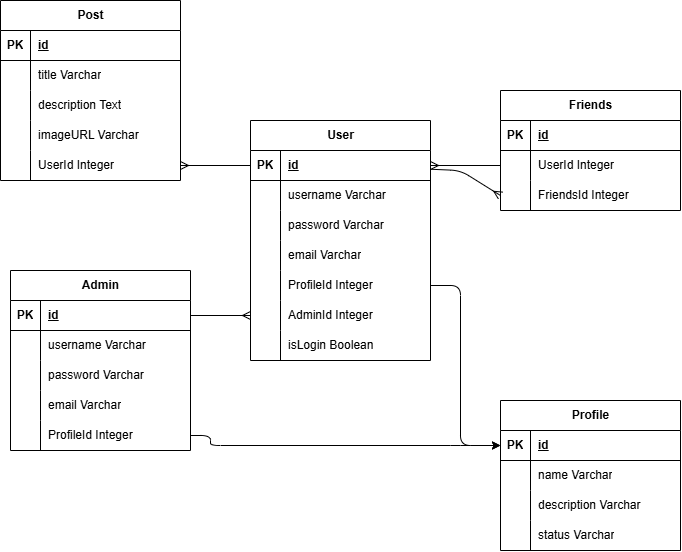
Before: erd.drawio.png, a diagram exported from draw.io (ElshadRyan/Pair-Project). Source tidied: cells renumbered, new cells last; positions are measured from the earlier drawing's top-left corner, leaving out a move shared by most shapes.
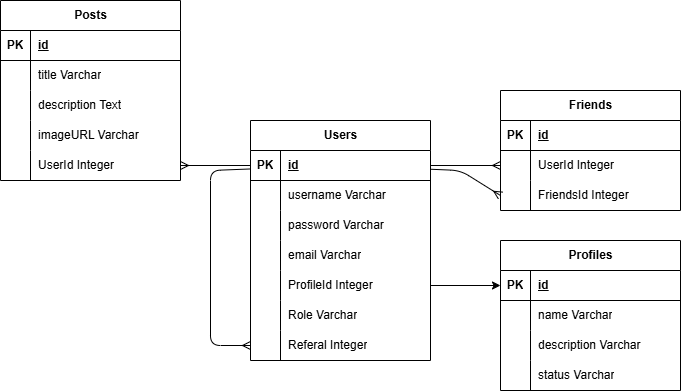
The same diagram one commit later.

What changed in the source:
```diff
@@ -2,74 +2,16 @@
   <root>
     <mxCell id="0" />
     <mxCell id="1" parent="0" />
-    <mxCell id="2" value="User" style="shape=table;startSize=30;rowLines=0;fontStyle=1;align=center;html=1;" parent="1" vertex="1">
-      <mxGeometry x="250" y="120" width="180" height="240" as="geometry" />
-    </mxCell>
-    <mxCell id="3" style="shape=tableRow;horizontal=0;startSize=0;swimlaneHead=0;swimlaneBody=0;fillColor=none;points=[[0,0.5],[1,0.5]];portConstraint=eastwest;top=0;left=0;right=0;bottom=1;" parent="2" vertex="1">
-      <mxGeometry y="30" width="180" height="30" as="geometry" />
-    </mxCell>
-    <mxCell id="4" value="PK" style="shape=partialRectangle;fillColor=none;top=0;left=0;bottom=0;right=0;fontStyle=1;overflow=hidden;whiteSpace=wrap;html=1;" parent="3" vertex="1">
-      <mxGeometry width="30" height="30" as="geometry" />
-    </mxCell>
-    <mxCell id="5" value="id" style="shape=partialRectangle;fillColor=none;top=0;left=0;bottom=0;right=0;align=left;spacingLeft=6;fontStyle=5;overflow=hidden;whiteSpace=wrap;html=1;" parent="3" vertex="1">
-      <mxGeometry x="30" width="150" height="30" as="geometry" />
-    </mxCell>
-    <mxCell id="6" style="shape=tableRow;horizontal=0;startSize=0;swimlaneHead=0;swimlaneBody=0;fillColor=none;top=0;left=0;right=0;bottom=0;" parent="2" vertex="1">
-      <mxGeometry y="60" width="180" height="30" as="geometry" />
-    </mxCell>
-    <mxCell id="7" style="shape=partialRectangle;fillColor=none;top=0;left=0;bottom=0;right=0;overflow=hidden;whiteSpace=wrap;html=1;" parent="6" vertex="1">
-      <mxGeometry width="30" height="30" as="geometry" />
-    </mxCell>
-    <mxCell id="8" value="username Varchar" style="shape=partialRectangle;fillColor=none;top=0;left=0;bottom=0;right=0;align=left;spacingLeft=6;overflow=hidden;whiteSpace=wrap;html=1;" parent="6" vertex="1">
-      <mxGeometry x="30" width="150" height="30" as="geometry" />
-    </mxCell>
-    <mxCell id="9" style="shape=tableRow;horizontal=0;startSize=0;swimlaneHead=0;swimlaneBody=0;fillColor=none;top=0;left=0;right=0;bottom=0;" parent="2" vertex="1">
-      <mxGeometry y="90" width="180" height="30" as="geometry" />
-    </mxCell>
-    <mxCell id="10" style="shape=partialRectangle;fillColor=none;top=0;left=0;bottom=0;right=0;overflow=hidden;whiteSpace=wrap;html=1;" parent="9" vertex="1">
-      <mxGeometry width="30" height="30" as="geometry" />
-    </mxCell>
-    <mxCell id="11" value="password Varchar" style="shape=partialRectangle;fillColor=none;top=0;left=0;bottom=0;right=0;align=left;spacingLeft=6;overflow=hidden;whiteSpace=wrap;html=1;" parent="9" vertex="1">
-      <mxGeometry x="30" width="150" height="30" as="geometry" />
-    </mxCell>
-    <mxCell id="12" style="shape=tableRow;horizontal=0;startSize=0;swimlaneHead=0;swimlaneBody=0;fillColor=none;top=0;left=0;right=0;bottom=0;" parent="2" vertex="1">
-      <mxGeometry y="120" width="180" height="30" as="geometry" />
-    </mxCell>
-    <mxCell id="13" style="shape=partialRectangle;fillColor=none;top=0;left=0;bottom=0;right=0;overflow=hidden;whiteSpace=wrap;html=1;" parent="12" vertex="1">
-      <mxGeometry width="30" height="30" as="geometry" />
-    </mxCell>
-    <mxCell id="14" value="email Varchar" style="shape=partialRectangle;fillColor=none;top=0;left=0;bottom=0;right=0;align=left;spacingLeft=6;overflow=hidden;whiteSpace=wrap;html=1;" parent="12" vertex="1">
-      <mxGeometry x="30" width="150" height="30" as="geometry" />
-    </mxCell>
-    <mxCell id="15" style="shape=tableRow;horizontal=0;startSize=0;swimlaneHead=0;swimlaneBody=0;fillColor=none;points=[[0,0.5],[1,0.5]];portConstraint=eastwest;top=0;left=0;right=0;bottom=0;" parent="2" vertex="1">
-      <mxGeometry y="150" width="180" height="30" as="geometry" />
-    </mxCell>
-    <mxCell id="16" style="shape=partialRectangle;fillColor=none;top=0;left=0;bottom=0;right=0;overflow=hidden;whiteSpace=wrap;html=1;" parent="15" vertex="1">
-      <mxGeometry width="30" height="30" as="geometry" />
-    </mxCell>
-    <mxCell id="17" value="ProfileId Integer" style="shape=partialRectangle;fillColor=none;top=0;left=0;bottom=0;right=0;align=left;spacingLeft=6;overflow=hidden;whiteSpace=wrap;html=1;" parent="15" vertex="1">
-      <mxGeometry x="30" width="150" height="30" as="geometry" />
-    </mxCell>
-    <mxCell id="18" style="shape=tableRow;horizontal=0;startSize=0;swimlaneHead=0;swimlaneBody=0;fillColor=none;points=[[0,0.5],[1,0.5]];portConstraint=eastwest;top=0;left=0;right=0;bottom=0;" parent="2" vertex="1">
-      <mxGeometry y="180" width="180" height="30" as="geometry" />
-    </mxCell>
-    <mxCell id="19" style="shape=partialRectangle;fillColor=none;top=0;left=0;bottom=0;right=0;overflow=hidden;whiteSpace=wrap;html=1;" parent="18" vertex="1">
-      <mxGeometry width="30" height="30" as="geometry" />
-    </mxCell>
-    <mxCell id="20" value="AdminId Integer" style="shape=partialRectangle;fillColor=none;top=0;left=0;bottom=0;right=0;align=left;spacingLeft=6;overflow=hidden;whiteSpace=wrap;html=1;" parent="18" vertex="1">
-      <mxGeometry x="30" width="150" height="30" as="geometry" />
-    </mxCell>
-    <mxCell id="21" style="shape=tableRow;horizontal=0;startSize=0;swimlaneHead=0;swimlaneBody=0;fillColor=none;points=[[0,0.5],[1,0.5]];portConstraint=eastwest;top=0;left=0;right=0;bottom=0;" parent="2" vertex="1">
-      <mxGeometry y="210" width="180" height="30" as="geometry" />
-    </mxCell>
-    <mxCell id="22" style="shape=partialRectangle;fillColor=none;top=0;left=0;bottom=0;right=0;overflow=hidden;whiteSpace=wrap;html=1;" parent="21" vertex="1">
-      <mxGeometry width="30" height="30" as="geometry" />
-    </mxCell>
-    <mxCell id="23" value="isLogin Boolean" style="shape=partialRectangle;fillColor=none;top=0;left=0;bottom=0;right=0;align=left;spacingLeft=6;overflow=hidden;whiteSpace=wrap;html=1;" parent="21" vertex="1">
-      <mxGeometry x="30" width="150" height="30" as="geometry" />
-    </mxCell>
+    <mxCell id="85" style="edgeStyle=none;html=1;entryX=0;entryY=0.5;entryDx=0;entryDy=0;endArrow=ERmany;endFill=0;" parent="1" edge="1" source="68" target="21">
+      <mxGeometry relative="1" as="geometry">
+        <Array as="points">
+          <mxPoint x="220" y="250" />
+          <mxPoint x="220" y="425" />
+        </Array>
+      </mxGeometry>
+    </mxCell>
-    <mxCell id="24" value="Post" style="shape=table;startSize=30;rowLines=0;fontStyle=1;align=center;html=1;" parent="1" vertex="1">
-      <mxGeometry width="180" height="180" as="geometry" />
+    <mxCell id="24" value="Posts" style="shape=table;startSize=30;rowLines=0;fontStyle=1;align=center;html=1;" parent="1" vertex="1">
+      <mxGeometry x="10" y="80" width="180" height="180" as="geometry" />
     </mxCell>
     <mxCell id="25" style="shape=tableRow;horizontal=0;startSize=0;swimlaneHead=0;swimlaneBody=0;fillColor=none;top=0;left=0;right=0;bottom=1;" parent="24" vertex="1">
       <mxGeometry y="30" width="180" height="30" as="geometry" />
@@ -117,7 +59,7 @@
       <mxGeometry x="30" width="150" height="30" as="geometry" />
     </mxCell>
     <mxCell id="40" value="Friends" style="shape=table;startSize=30;rowLines=0;fontStyle=1;align=center;html=1;" parent="1" vertex="1">
-      <mxGeometry x="500" y="90" width="180" height="120" as="geometry" />
+      <mxGeometry x="510" y="170" width="180" height="120" as="geometry" />
     </mxCell>
     <mxCell id="41" style="shape=tableRow;horizontal=0;startSize=0;swimlaneHead=0;swimlaneBody=0;fillColor=none;top=0;left=0;right=0;bottom=1;" parent="40" vertex="1">
       <mxGeometry y="30" width="180" height="30" as="geometry" />
@@ -146,18 +88,16 @@
     <mxCell id="49" value="FriendsId Integer" style="shape=partialRectangle;fillColor=none;top=0;left=0;bottom=0;right=0;align=left;spacingLeft=6;overflow=hidden;whiteSpace=wrap;html=1;" parent="47" vertex="1">
       <mxGeometry x="30" width="150" height="30" as="geometry" />
     </mxCell>
-    <mxCell id="50" style="edgeStyle=none;html=1;entryX=0;entryY=0.5;entryDx=0;entryDy=0;endArrow=ERmany;endFill=0;" parent="1" edge="1" source="3" target="47">
+    <mxCell id="50" style="edgeStyle=none;html=1;entryX=0;entryY=0.5;entryDx=0;entryDy=0;endArrow=ERmany;endFill=0;" parent="1" edge="1" target="47">
       <mxGeometry relative="1" as="geometry">
+        <mxPoint x="440" y="248.7" as="sourcePoint" />
         <Array as="points">
-          <mxPoint x="460" y="170" />
+          <mxPoint x="470" y="250" />
         </Array>
       </mxGeometry>
     </mxCell>
-    <mxCell id="51" style="edgeStyle=none;html=1;entryX=1;entryY=0.5;entryDx=0;entryDy=0;endArrow=ERmany;endFill=0;" parent="1" edge="1" source="44" target="3">
-      <mxGeometry relative="1" as="geometry" />
-    </mxCell>
-    <mxCell id="52" value="Profile" style="shape=table;startSize=30;rowLines=0;fontStyle=1;align=center;html=1;" parent="1" vertex="1">
-      <mxGeometry x="500" y="400" width="180" height="150" as="geometry" />
+    <mxCell id="52" value="Profiles" style="shape=table;startSize=30;rowLines=0;fontStyle=1;align=center;html=1;" parent="1" vertex="1">
+      <mxGeometry x="510" y="320" width="180" height="150" as="geometry" />
     </mxCell>
     <mxCell id="53" style="shape=tableRow;horizontal=0;startSize=0;swimlaneHead=0;swimlaneBody=0;fillColor=none;points=[[0,0.5],[1,0.5]];portConstraint=eastwest;top=0;left=0;right=0;bottom=1;" parent="52" vertex="1">
       <mxGeometry y="30" width="180" height="30" as="geometry" />
@@ -195,19 +135,13 @@
     <mxCell id="64" value="status Varchar" style="shape=partialRectangle;fillColor=none;top=0;left=0;bottom=0;right=0;align=left;spacingLeft=6;overflow=hidden;whiteSpace=wrap;html=1;" parent="62" vertex="1">
       <mxGeometry x="30" width="150" height="30" as="geometry" />
     </mxCell>
-    <mxCell id="65" style="edgeStyle=none;html=1;entryX=1;entryY=0.5;entryDx=0;entryDy=0;endArrow=ERmany;endFill=0;" parent="1" edge="1" source="3" target="37">
-      <mxGeometry relative="1" as="geometry" />
+    <mxCell id="65" style="edgeStyle=none;html=1;entryX=1;entryY=0.5;entryDx=0;entryDy=0;endArrow=ERmany;endFill=0;" parent="1" edge="1" target="37">
+      <mxGeometry relative="1" as="geometry">
+        <mxPoint x="260" y="245" as="sourcePoint" />
+      </mxGeometry>
     </mxCell>
-    <mxCell id="66" style="edgeStyle=none;html=1;entryX=0;entryY=0.5;entryDx=0;entryDy=0;" parent="1" edge="1" source="15" target="53">
-      <mxGeometry relative="1" as="geometry">
-        <Array as="points">
-          <mxPoint x="460" y="285" />
-          <mxPoint x="460" y="445" />
-        </Array>
-      </mxGeometry>
-    </mxCell>
-    <mxCell id="67" value="Admin" style="shape=table;startSize=30;rowLines=0;fontStyle=1;align=center;html=1;" parent="1" vertex="1">
-      <mxGeometry x="10" y="270" width="180" height="180" as="geometry" />
+    <mxCell id="67" value="Users" style="shape=table;startSize=30;rowLines=0;fontStyle=1;align=center;html=1;" parent="1" vertex="1">
+      <mxGeometry x="260" y="200" width="180" height="240" as="geometry" />
     </mxCell>
     <mxCell id="68" style="shape=tableRow;horizontal=0;startSize=0;swimlaneHead=0;swimlaneBody=0;fillColor=none;points=[[0,0.5],[1,0.5]];portConstraint=eastwest;top=0;left=0;right=0;bottom=1;" parent="67" vertex="1">
       <mxGeometry y="30" width="180" height="30" as="geometry" />
@@ -254,17 +188,29 @@
     <mxCell id="82" value="ProfileId Integer" style="shape=partialRectangle;fillColor=none;top=0;left=0;bottom=0;right=0;align=left;spacingLeft=6;overflow=hidden;whiteSpace=wrap;html=1;" parent="80" vertex="1">
       <mxGeometry x="30" width="150" height="30" as="geometry" />
     </mxCell>
-    <mxCell id="83" style="edgeStyle=none;html=1;entryX=0;entryY=0.5;entryDx=0;entryDy=0;endArrow=ERmany;endFill=0;" parent="1" edge="1" source="68" target="18">
-      <mxGeometry relative="1" as="geometry" />
-    </mxCell>
+    <mxCell id="18" style="shape=tableRow;horizontal=0;startSize=0;swimlaneHead=0;swimlaneBody=0;fillColor=none;points=[[0,0.5],[1,0.5]];portConstraint=eastwest;top=0;left=0;right=0;bottom=0;" parent="67" vertex="1">
+      <mxGeometry y="180" width="180" height="30" as="geometry" />
+    </mxCell>
+    <mxCell id="86" style="shape=partialRectangle;fillColor=none;top=0;left=0;bottom=0;right=0;overflow=hidden;whiteSpace=wrap;html=1;" parent="18" vertex="1">
+      <mxGeometry width="30" height="30" as="geometry" />
+    </mxCell>
+    <mxCell id="87" value="Role Varchar" style="shape=partialRectangle;fillColor=none;top=0;left=0;bottom=0;right=0;align=left;spacingLeft=6;overflow=hidden;whiteSpace=wrap;html=1;" parent="18" vertex="1">
+      <mxGeometry x="30" width="150" height="30" as="geometry" />
+    </mxCell>
+    <mxCell id="21" style="shape=tableRow;horizontal=0;startSize=0;swimlaneHead=0;swimlaneBody=0;fillColor=none;points=[[0,0.5],[1,0.5]];portConstraint=eastwest;top=0;left=0;right=0;bottom=0;" parent="67" vertex="1">
+      <mxGeometry y="210" width="180" height="30" as="geometry" />
+    </mxCell>
+    <mxCell id="88" style="shape=partialRectangle;fillColor=none;top=0;left=0;bottom=0;right=0;overflow=hidden;whiteSpace=wrap;html=1;" parent="21" vertex="1">
+      <mxGeometry width="30" height="30" as="geometry" />
+    </mxCell>
+    <mxCell id="89" value="Referal Integer" style="shape=partialRectangle;fillColor=none;top=0;left=0;bottom=0;right=0;align=left;spacingLeft=6;overflow=hidden;whiteSpace=wrap;html=1;" parent="21" vertex="1">
+      <mxGeometry x="30" width="150" height="30" as="geometry" />
+    </mxCell>
     <mxCell id="84" style="edgeStyle=none;html=1;entryX=0;entryY=0.5;entryDx=0;entryDy=0;" parent="1" edge="1" source="80" target="53">
-      <mxGeometry relative="1" as="geometry">
-        <Array as="points">
-          <mxPoint x="210" y="435" />
-          <mxPoint x="210" y="445" />
-          <mxPoint x="460" y="445" />
-        </Array>
-      </mxGeometry>
+      <mxGeometry relative="1" as="geometry" />
     </mxCell>
+    <mxCell id="90" style="edgeStyle=none;html=1;entryX=0;entryY=0.5;entryDx=0;entryDy=0;endArrow=ERmany;endFill=0;" parent="1" edge="1" source="68" target="44">
+      <mxGeometry relative="1" as="geometry" />
+    </mxCell>
   </root>
 </mxGraphModel>
```
